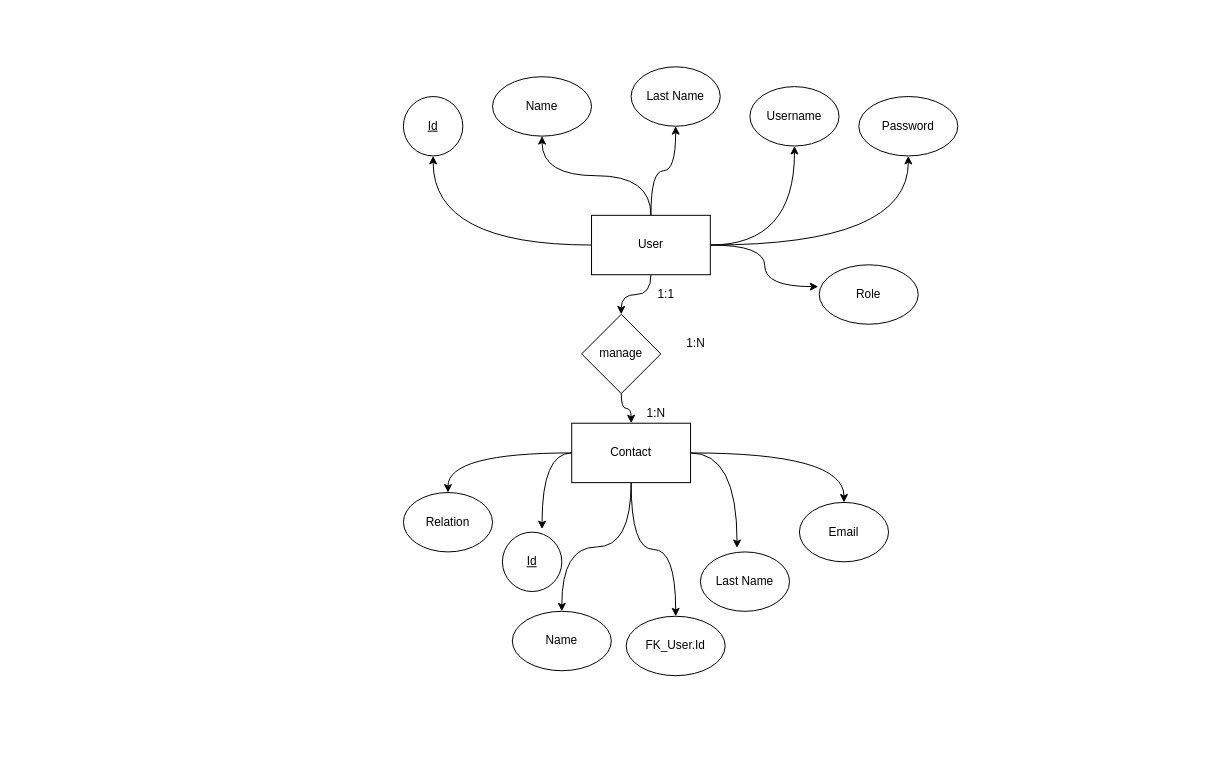
Above: der.drawio in daniel-medrano/crm_web (draw.io), before the change. Source tidied: cells renumbered, new cells numbered last; positions are measured from the earlier drawing's top-left corner, leaving out a move shared by most shapes. Both pictures are drawn from the tidied source at 99%, with x=0, y=0 at pixel (403, 66).
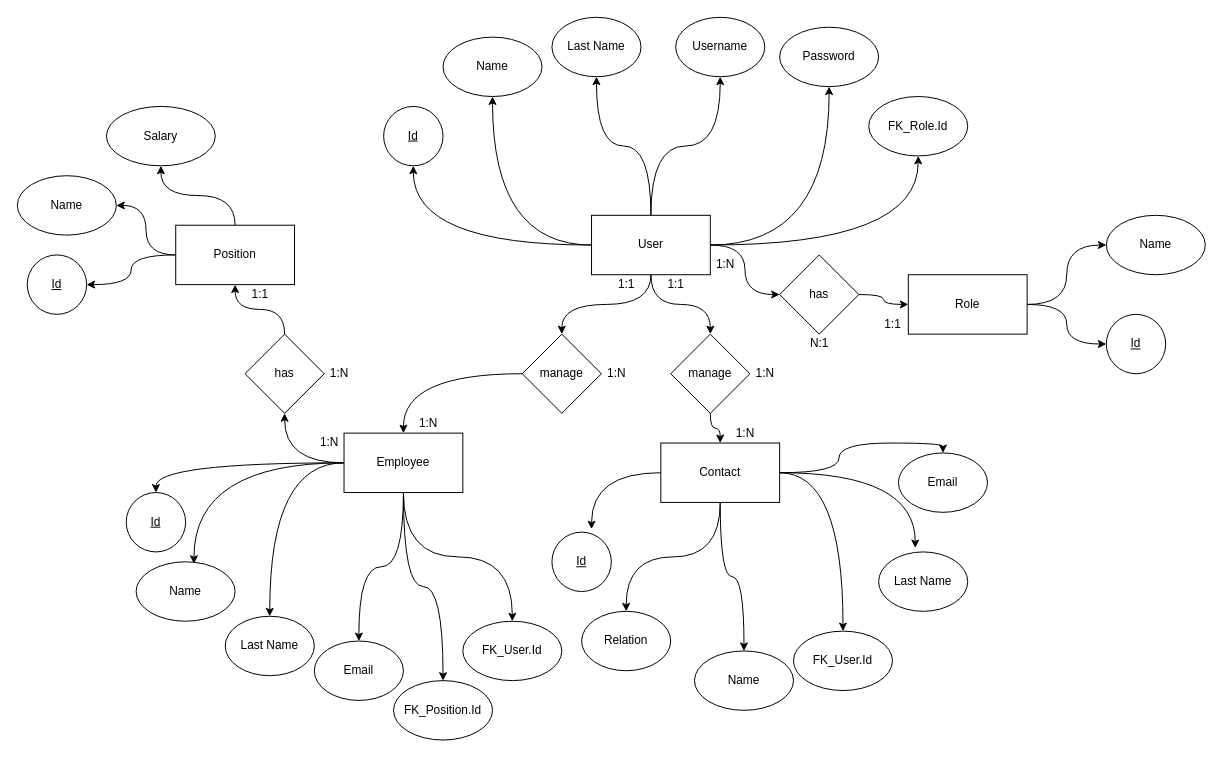
The same diagram, later.

The change refers to these unchanged cells:
```xml
<mxCell id="9" value="User" style="whiteSpace=wrap;html=1;" parent="1" vertex="1">
  <mxGeometry x="190" y="150" width="120" height="60" as="geometry" />
</mxCell>
```

What changed in the source:
```diff
@@
-    <mxCell id="6" style="edgeStyle=orthogonalEdgeStyle;curved=1;html=1;entryX=-0.01;entryY=0.367;entryDx=0;entryDy=0;entryPerimeter=0;fontColor=none;" parent="1" edge="1" source="9" target="24">
-      <mxGeometry relative="1" as="geometry" />
-    </mxCell>
@@
+    <mxCell id="34" style="edgeStyle=orthogonalEdgeStyle;html=1;entryX=0.5;entryY=0;entryDx=0;entryDy=0;curved=1;" parent="1" edge="1" source="9" target="61">
+      <mxGeometry relative="1" as="geometry" />
+    </mxCell>
+    <mxCell id="35" style="edgeStyle=orthogonalEdgeStyle;curved=1;html=1;entryX=0;entryY=0.5;entryDx=0;entryDy=0;" parent="1" edge="1" source="9" target="80">
+      <mxGeometry relative="1" as="geometry" />
+    </mxCell>
+    <mxCell id="36" style="edgeStyle=orthogonalEdgeStyle;curved=1;html=1;entryX=0.5;entryY=1;entryDx=0;entryDy=0;" parent="1" edge="1" source="9" target="71">
+      <mxGeometry relative="1" as="geometry" />
+    </mxCell>
@@
     <mxCell id="16" value="Contact" style="whiteSpace=wrap;html=1;" parent="1" vertex="1">
-      <mxGeometry x="170" y="360" width="120" height="60" as="geometry" />
+      <mxGeometry x="260" y="380" width="120" height="60" as="geometry" />
     </mxCell>
@@
-    <mxCell id="18" value="manage" style="rhombus;whiteSpace=wrap;html=1;" parent="1" vertex="1">
-      <mxGeometry x="180" y="250" width="80" height="80" as="geometry" />
-    </mxCell>
     <mxCell id="19" value="Id" style="ellipse;whiteSpace=wrap;html=1;fontStyle=4;" parent="1" vertex="1">
-      <mxGeometry y="30" width="60" height="60" as="geometry" />
+      <mxGeometry x="-20" y="40" width="60" height="60" as="geometry" />
     </mxCell>
     <mxCell id="20" value="Name" style="ellipse;whiteSpace=wrap;html=1;" parent="1" vertex="1">
-      <mxGeometry x="90" y="10" width="100" height="60" as="geometry" />
+      <mxGeometry x="40" y="-30" width="100" height="60" as="geometry" />
     </mxCell>
     <mxCell id="21" value="Last Name" style="ellipse;whiteSpace=wrap;html=1;" parent="1" vertex="1">
-      <mxGeometry x="230" width="90" height="60" as="geometry" />
+      <mxGeometry x="150" y="-50" width="90" height="60" as="geometry" />
     </mxCell>
     <mxCell id="22" value="Username" style="ellipse;whiteSpace=wrap;html=1;" parent="1" vertex="1">
-      <mxGeometry x="350" y="20" width="90" height="60" as="geometry" />
+      <mxGeometry x="275" y="-50" width="90" height="60" as="geometry" />
     </mxCell>
     <mxCell id="23" value="Password" style="ellipse;whiteSpace=wrap;html=1;" parent="1" vertex="1">
-      <mxGeometry x="460" y="30" width="100" height="60" as="geometry" />
+      <mxGeometry x="380" y="-40" width="100" height="60" as="geometry" />
     </mxCell>
-    <mxCell id="24" value="Role" style="ellipse;whiteSpace=wrap;html=1;" parent="1" vertex="1">
-      <mxGeometry x="420" y="200" width="100" height="60" as="geometry" />
-    </mxCell>
     <mxCell id="25" value="Id" style="ellipse;whiteSpace=wrap;html=1;fontStyle=4;" parent="1" vertex="1">
-      <mxGeometry x="100" y="470" width="60" height="60" as="geometry" />
+      <mxGeometry x="150" y="470" width="60" height="60" as="geometry" />
     </mxCell>
     <mxCell id="26" value="Name" style="ellipse;whiteSpace=wrap;html=1;" parent="1" vertex="1">
-      <mxGeometry x="110" y="550" width="100" height="60" as="geometry" />
+      <mxGeometry x="294" y="590" width="100" height="60" as="geometry" />
     </mxCell>
     <mxCell id="27" value="Last Name" style="ellipse;whiteSpace=wrap;html=1;fontStyle=0;" parent="1" vertex="1">
-      <mxGeometry x="300" y="490" width="90" height="60" as="geometry" />
+      <mxGeometry x="480" y="490" width="90" height="60" as="geometry" />
     </mxCell>
     <mxCell id="28" value="Email" style="ellipse;whiteSpace=wrap;html=1;" parent="1" vertex="1">
-      <mxGeometry x="400" y="440" width="90" height="60" as="geometry" />
+      <mxGeometry x="500" y="390" width="90" height="60" as="geometry" />
     </mxCell>
     <mxCell id="29" value="Relation" style="ellipse;whiteSpace=wrap;html=1;" parent="1" vertex="1">
-      <mxGeometry y="430" width="90" height="60" as="geometry" />
+      <mxGeometry x="180" y="550" width="90" height="60" as="geometry" />
     </mxCell>
     <mxCell id="30" value="1:1" style="text;html=1;align=center;verticalAlign=middle;" parent="1" vertex="1">
-      <mxGeometry x="250" y="220" width="30" height="20" as="geometry" />
+      <mxGeometry x="260" y="210" width="30" height="20" as="geometry" />
     </mxCell>
     <mxCell id="31" value="1:N" style="text;html=1;align=center;verticalAlign=middle;strokeColor=none;fillColor=none;" parent="1" vertex="1">
-      <mxGeometry x="240" y="340" width="30" height="20" as="geometry" />
+      <mxGeometry x="330" y="360" width="30" height="20" as="geometry" />
     </mxCell>
+    <mxCell id="33" value="FK_User.Id" style="ellipse;whiteSpace=wrap;html=1;" parent="1" vertex="1">
+      <mxGeometry x="394" y="570" width="100" height="60" as="geometry" />
+    </mxCell>
+    <mxCell id="37" style="edgeStyle=orthogonalEdgeStyle;curved=1;html=1;entryX=0.5;entryY=0;entryDx=0;entryDy=0;" parent="1" edge="1" source="61" target="45">
+      <mxGeometry relative="1" as="geometry" />
+    </mxCell>
+    <mxCell id="38" style="edgeStyle=orthogonalEdgeStyle;curved=1;html=1;entryX=0.5;entryY=0;entryDx=0;entryDy=0;" parent="1" edge="1" source="45" target="46">
+      <mxGeometry relative="1" as="geometry" />
+    </mxCell>
+    <mxCell id="39" style="edgeStyle=orthogonalEdgeStyle;curved=1;html=1;entryX=0.584;entryY=0.032;entryDx=0;entryDy=0;entryPerimeter=0;" parent="1" edge="1" source="45" target="47">
+      <mxGeometry relative="1" as="geometry" />
+    </mxCell>
+    <mxCell id="40" style="edgeStyle=orthogonalEdgeStyle;curved=1;html=1;entryX=0.5;entryY=0;entryDx=0;entryDy=0;" parent="1" edge="1" source="45" target="48">
+      <mxGeometry relative="1" as="geometry" />
+    </mxCell>
+    <mxCell id="41" style="edgeStyle=orthogonalEdgeStyle;curved=1;html=1;entryX=0.5;entryY=1;entryDx=0;entryDy=0;" parent="1" edge="1" source="45" target="75">
+      <mxGeometry relative="1" as="geometry" />
+    </mxCell>
+    <mxCell id="42" style="edgeStyle=orthogonalEdgeStyle;curved=1;html=1;entryX=0.5;entryY=0;entryDx=0;entryDy=0;" parent="1" edge="1" source="45" target="59">
+      <mxGeometry relative="1" as="geometry" />
+    </mxCell>
+    <mxCell id="43" style="edgeStyle=orthogonalEdgeStyle;curved=1;html=1;entryX=0.5;entryY=0;entryDx=0;entryDy=0;" parent="1" edge="1" source="45" target="64">
+      <mxGeometry relative="1" as="geometry" />
+    </mxCell>
+    <mxCell id="44" style="edgeStyle=orthogonalEdgeStyle;curved=1;html=1;entryX=0.5;entryY=0;entryDx=0;entryDy=0;" parent="1" edge="1" source="45" target="70">
+      <mxGeometry relative="1" as="geometry" />
+    </mxCell>
+    <mxCell id="45" value="Employee" style="whiteSpace=wrap;html=1;" parent="1" vertex="1">
+      <mxGeometry x="-60" y="370" width="120" height="60" as="geometry" />
+    </mxCell>
+    <mxCell id="46" value="Id" style="ellipse;whiteSpace=wrap;html=1;fontStyle=4;" parent="1" vertex="1">
+      <mxGeometry x="-280" y="430" width="60" height="60" as="geometry" />
+    </mxCell>
+    <mxCell id="47" value="Name" style="ellipse;whiteSpace=wrap;html=1;" parent="1" vertex="1">
+      <mxGeometry x="-270" y="500" width="100" height="60" as="geometry" />
+    </mxCell>
+    <mxCell id="48" value="Last Name" style="ellipse;whiteSpace=wrap;html=1;fontStyle=0;" parent="1" vertex="1">
+      <mxGeometry x="-180" y="555" width="90" height="60" as="geometry" />
+    </mxCell>
+    <mxCell id="49" value="1:1" style="text;html=1;align=center;verticalAlign=middle;" parent="1" vertex="1">
+      <mxGeometry x="210" y="210" width="30" height="20" as="geometry" />
+    </mxCell>
+    <mxCell id="50" value="1:N" style="text;html=1;align=center;verticalAlign=middle;strokeColor=none;fillColor=none;" parent="1" vertex="1">
+      <mxGeometry x="10" y="350" width="30" height="20" as="geometry" />
+    </mxCell>
+    <mxCell id="51" style="edgeStyle=orthogonalEdgeStyle;curved=1;html=1;entryX=0.5;entryY=1;entryDx=0;entryDy=0;" parent="1" edge="1" source="75" target="55">
+      <mxGeometry relative="1" as="geometry" />
+    </mxCell>
+    <mxCell id="52" style="edgeStyle=orthogonalEdgeStyle;curved=1;html=1;" parent="1" edge="1" source="55" target="57">
+      <mxGeometry relative="1" as="geometry" />
+    </mxCell>
+    <mxCell id="53" style="edgeStyle=orthogonalEdgeStyle;curved=1;html=1;entryX=1;entryY=0.5;entryDx=0;entryDy=0;" parent="1" edge="1" source="55" target="56">
+      <mxGeometry relative="1" as="geometry" />
+    </mxCell>
+    <mxCell id="54" style="edgeStyle=orthogonalEdgeStyle;curved=1;html=1;entryX=0.5;entryY=1;entryDx=0;entryDy=0;" parent="1" edge="1" source="55" target="58">
+      <mxGeometry relative="1" as="geometry" />
+    </mxCell>
+    <mxCell id="55" value="Position" style="whiteSpace=wrap;html=1;" parent="1" vertex="1">
+      <mxGeometry x="-230" y="160" width="120" height="60" as="geometry" />
+    </mxCell>
+    <mxCell id="56" value="Id" style="ellipse;whiteSpace=wrap;html=1;fontStyle=4;" parent="1" vertex="1">
+      <mxGeometry x="-380" y="190" width="60" height="60" as="geometry" />
+    </mxCell>
+    <mxCell id="57" value="Name" style="ellipse;whiteSpace=wrap;html=1;" parent="1" vertex="1">
+      <mxGeometry x="-390" y="110" width="100" height="60" as="geometry" />
+    </mxCell>
+    <mxCell id="58" value="Salary" style="ellipse;whiteSpace=wrap;html=1;" parent="1" vertex="1">
+      <mxGeometry x="-300" y="40" width="110" height="60" as="geometry" />
+    </mxCell>
+    <mxCell id="59" value="FK_User.Id" style="ellipse;whiteSpace=wrap;html=1;" parent="1" vertex="1">
+      <mxGeometry x="60" y="560" width="100" height="60" as="geometry" />
+    </mxCell>
+    <mxCell id="60" style="group;" parent="1" vertex="1">
+      <mxGeometry x="120" y="270" width="110" height="80" as="geometry" />
+    </mxCell>
+    <mxCell id="61" value="manage" style="rhombus;whiteSpace=wrap;html=1;" parent="60" vertex="1">
+      <mxGeometry width="80" height="80" as="geometry" />
+    </mxCell>
+    <mxCell id="62" value="1:N" style="text;html=1;align=center;verticalAlign=middle;strokeColor=none;fillColor=none;" parent="60" vertex="1">
+      <mxGeometry x="80" y="30" width="30" height="20" as="geometry" />
+    </mxCell>
+    <mxCell id="63" style="group;" parent="1" vertex="1">
+      <mxGeometry x="270" y="270" width="110" height="80" as="geometry" />
+    </mxCell>
+    <mxCell id="18" value="manage" style="rhombus;whiteSpace=wrap;html=1;" parent="63" vertex="1">
+      <mxGeometry width="80" height="80" as="geometry" />
+    </mxCell>
-    <mxCell id="32" value="1:N" style="text;html=1;align=center;verticalAlign=middle;strokeColor=none;fillColor=none;" parent="1" vertex="1">
-      <mxGeometry x="280" y="270" width="30" height="20" as="geometry" />
+    <mxCell id="32" value="1:N" style="text;html=1;align=center;verticalAlign=middle;strokeColor=none;fillColor=none;" parent="63" vertex="1">
+      <mxGeometry x="80" y="30" width="30" height="20" as="geometry" />
     </mxCell>
-    <mxCell id="33" value="FK_User.Id" style="ellipse;whiteSpace=wrap;html=1;" parent="1" vertex="1">
-      <mxGeometry x="225" y="555" width="100" height="60" as="geometry" />
-    </mxCell>
+    <mxCell id="64" value="Email" style="ellipse;whiteSpace=wrap;html=1;" parent="1" vertex="1">
+      <mxGeometry x="-90" y="580" width="90" height="60" as="geometry" />
+    </mxCell>
+    <mxCell id="65" style="edgeStyle=orthogonalEdgeStyle;curved=1;html=1;entryX=0;entryY=0.5;entryDx=0;entryDy=0;" parent="1" edge="1" source="80" target="24">
+      <mxGeometry relative="1" as="geometry" />
+    </mxCell>
+    <mxCell id="66" style="edgeStyle=orthogonalEdgeStyle;curved=1;html=1;entryX=0;entryY=0.5;entryDx=0;entryDy=0;" parent="1" edge="1" source="24" target="68">
+      <mxGeometry relative="1" as="geometry" />
+    </mxCell>
+    <mxCell id="67" style="edgeStyle=orthogonalEdgeStyle;curved=1;html=1;entryX=0;entryY=0.5;entryDx=0;entryDy=0;" parent="1" edge="1" source="24" target="69">
+      <mxGeometry relative="1" as="geometry" />
+    </mxCell>
+    <mxCell id="24" value="Role" style="whiteSpace=wrap;html=1;" parent="1" vertex="1">
+      <mxGeometry x="510" y="210" width="120" height="60" as="geometry" />
+    </mxCell>
+    <mxCell id="68" value="Id" style="ellipse;whiteSpace=wrap;html=1;fontStyle=4;" parent="1" vertex="1">
+      <mxGeometry x="710" y="250" width="60" height="60" as="geometry" />
+    </mxCell>
+    <mxCell id="69" value="Name" style="ellipse;whiteSpace=wrap;html=1;" parent="1" vertex="1">
+      <mxGeometry x="710" y="150" width="100" height="60" as="geometry" />
+    </mxCell>
+    <mxCell id="70" value="FK_Position.Id" style="ellipse;whiteSpace=wrap;html=1;" parent="1" vertex="1">
+      <mxGeometry x="-10" y="620" width="100" height="60" as="geometry" />
+    </mxCell>
+    <mxCell id="71" value="FK_Role.Id" style="ellipse;whiteSpace=wrap;html=1;" parent="1" vertex="1">
+      <mxGeometry x="470" y="30" width="100" height="60" as="geometry" />
+    </mxCell>
+    <mxCell id="72" value="1:1" style="text;html=1;align=center;verticalAlign=middle;strokeColor=none;fillColor=none;" parent="1" vertex="1">
+      <mxGeometry x="-160" y="220" width="30" height="20" as="geometry" />
+    </mxCell>
+    <mxCell id="73" value="1:N" style="text;html=1;align=center;verticalAlign=middle;strokeColor=none;fillColor=none;" parent="1" vertex="1">
+      <mxGeometry x="-90" y="370" width="30" height="20" as="geometry" />
+    </mxCell>
+    <mxCell id="74" style="group;" parent="1" vertex="1">
+      <mxGeometry x="-160" y="270" width="110" height="80" as="geometry" />
+    </mxCell>
+    <mxCell id="75" value="has" style="rhombus;whiteSpace=wrap;html=1;" parent="74" vertex="1">
+      <mxGeometry width="80" height="80" as="geometry" />
+    </mxCell>
+    <mxCell id="76" value="1:N" style="text;html=1;align=center;verticalAlign=middle;strokeColor=none;fillColor=none;" parent="74" vertex="1">
+      <mxGeometry x="80" y="30" width="30" height="20" as="geometry" />
+    </mxCell>
+    <mxCell id="77" value="1:1" style="text;html=1;align=center;verticalAlign=middle;strokeColor=none;fillColor=none;" parent="1" vertex="1">
+      <mxGeometry x="479" y="250" width="30" height="20" as="geometry" />
+    </mxCell>
+    <mxCell id="78" value="1:N" style="text;html=1;align=center;verticalAlign=middle;strokeColor=none;fillColor=none;" parent="1" vertex="1">
+      <mxGeometry x="310" y="190" width="30" height="20" as="geometry" />
+    </mxCell>
+    <mxCell id="79" style="group;" parent="1" vertex="1">
+      <mxGeometry x="380" y="190" width="80" height="100" as="geometry" />
+    </mxCell>
+    <mxCell id="80" value="has" style="rhombus;whiteSpace=wrap;html=1;" parent="79" vertex="1">
+      <mxGeometry width="80" height="80" as="geometry" />
+    </mxCell>
+    <mxCell id="81" value="N:1" style="text;html=1;align=center;verticalAlign=middle;strokeColor=none;fillColor=none;" parent="79" vertex="1">
+      <mxGeometry x="25" y="80" width="30" height="20" as="geometry" />
+    </mxCell>
```
